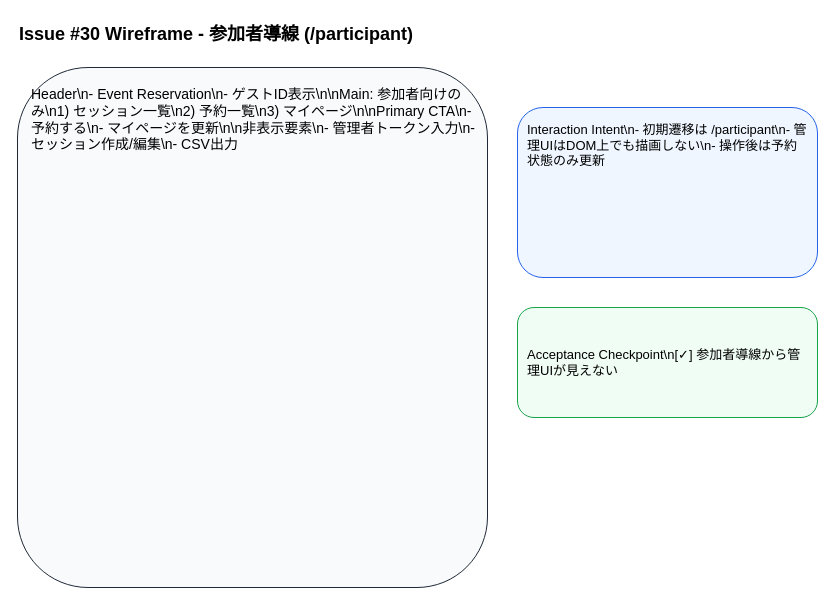
autotaker/simple-event-reservation-system keeps this draw.io diagram as page "01 Participant Portal" (1 of 3) of docs/ui-mock/issue-30-route-separation-wireframe.drawio. Above is the earlier version. Source tidied: cells renumbered, new cells numbered last; positions are measured from the earlier drawing's top-left corner, leaving out a move shared by most shapes. Both pictures are drawn from the tidied source at 100%, with x=0, y=0 at pixel (17, 17).
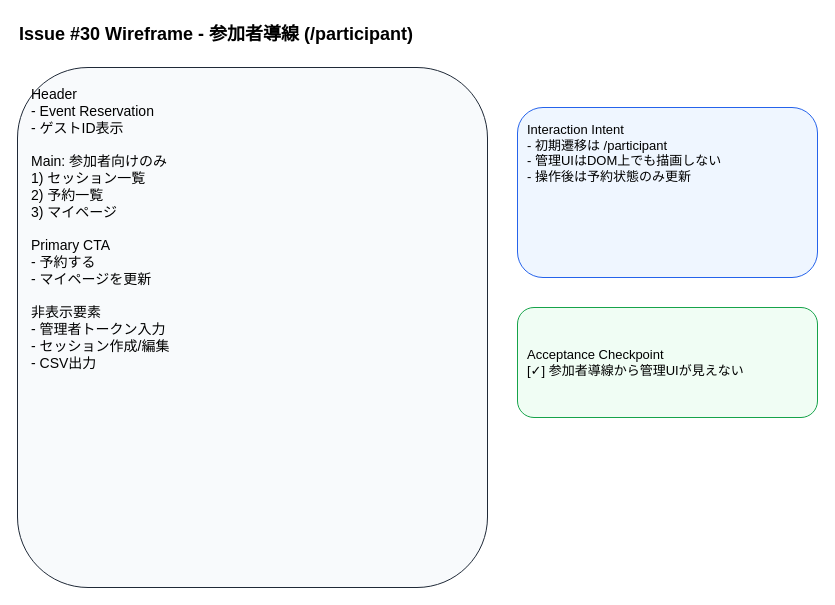
Above is the later version.

What changed in the source:
```diff
@@
 <mxGraphModel>
   <root>
     <mxCell id="0" />
     <mxCell id="1" parent="0" />
     <mxCell id="2" value="Issue #30 Wireframe - 参加者導線 (/participant)" style="text;html=1;strokeColor=none;fillColor=none;align=left;verticalAlign=top;fontSize=18;fontStyle=1;" parent="1" vertex="1">
       <mxGeometry width="620" height="30" as="geometry" />
     </mxCell>
-    <mxCell id="3" value="Header\n- Event Reservation\n- ゲストID表示\n\nMain: 参加者向けのみ\n1) セッション一覧\n2) 予約一覧\n3) マイページ\n\nPrimary CTA\n- 予約する\n- マイページを更新\n\n非表示要素\n- 管理者トークン入力\n- セッション作成/編集\n- CSV出力" style="rounded=1;whiteSpace=wrap;html=1;strokeColor=#1f2937;fillColor=#f8fafc;align=left;verticalAlign=top;spacing=14;fontSize=14;" parent="1" vertex="1">
+    <mxCell id="3" value="Header&#10;- Event Reservation&#10;- ゲストID表示&#10;&#10;Main: 参加者向けのみ&#10;1) セッション一覧&#10;2) 予約一覧&#10;3) マイページ&#10;&#10;Primary CTA&#10;- 予約する&#10;- マイページを更新&#10;&#10;非表示要素&#10;- 管理者トークン入力&#10;- セッション作成/編集&#10;- CSV出力" style="rounded=1;whiteSpace=wrap;html=1;strokeColor=#1f2937;fillColor=#f8fafc;align=left;verticalAlign=top;spacing=14;fontSize=14;" parent="1" vertex="1">
       <mxGeometry y="50" width="470" height="520" as="geometry" />
     </mxCell>
-    <mxCell id="4" value="Interaction Intent\n- 初期遷移は /participant\n- 管理UIはDOM上でも描画しない\n- 操作後は予約状態のみ更新" style="rounded=1;whiteSpace=wrap;html=1;strokeColor=#2563eb;fillColor=#eff6ff;align=left;verticalAlign=top;spacing=10;fontSize=13;" parent="1" vertex="1">
+    <mxCell id="4" value="Interaction Intent&#10;- 初期遷移は /participant&#10;- 管理UIはDOM上でも描画しない&#10;- 操作後は予約状態のみ更新" style="rounded=1;whiteSpace=wrap;html=1;strokeColor=#2563eb;fillColor=#eff6ff;align=left;verticalAlign=top;spacing=10;fontSize=13;" parent="1" vertex="1">
       <mxGeometry x="500" y="90" width="300" height="170" as="geometry" />
     </mxCell>
-    <mxCell id="5" value="Acceptance Checkpoint\n[✓] 参加者導線から管理UIが見えない" style="rounded=1;whiteSpace=wrap;html=1;strokeColor=#16a34a;fillColor=#f0fdf4;align=left;verticalAlign=middle;spacing=10;fontSize=13;" parent="1" vertex="1">
+    <mxCell id="5" value="Acceptance Checkpoint&#10;[✓] 参加者導線から管理UIが見えない" style="rounded=1;whiteSpace=wrap;html=1;strokeColor=#16a34a;fillColor=#f0fdf4;align=left;verticalAlign=middle;spacing=10;fontSize=13;" parent="1" vertex="1">
       <mxGeometry x="500" y="290" width="300" height="110" as="geometry" />
     </mxCell>
   </root>
 </mxGraphModel>
```
